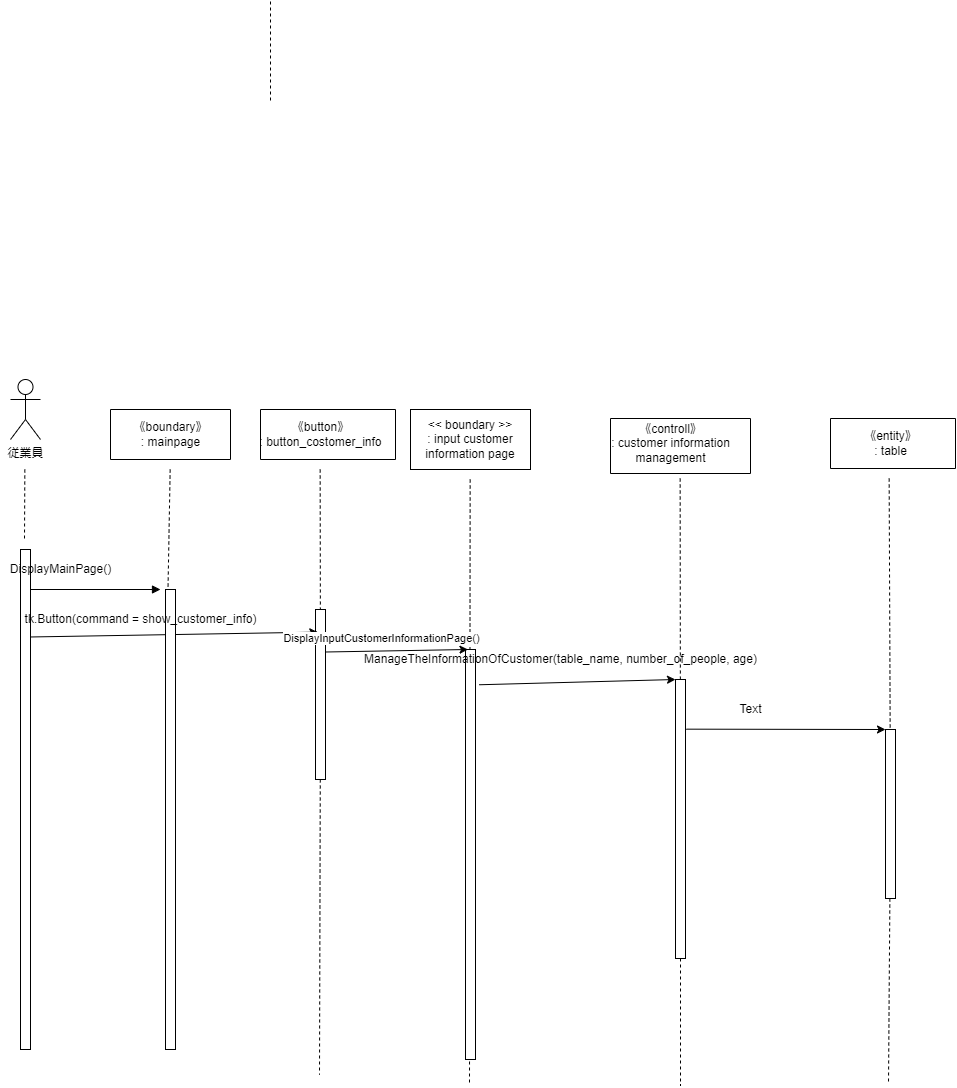
The draw.io diagram psp4/シーケンス図/シーケンス図_新規客.drawio.png in MasakiHiguchi/---, before a commit. Source tidied: cells renumbered, new cells last; positions are measured from the earlier drawing's top-left corner, leaving out a move shared by most shapes.
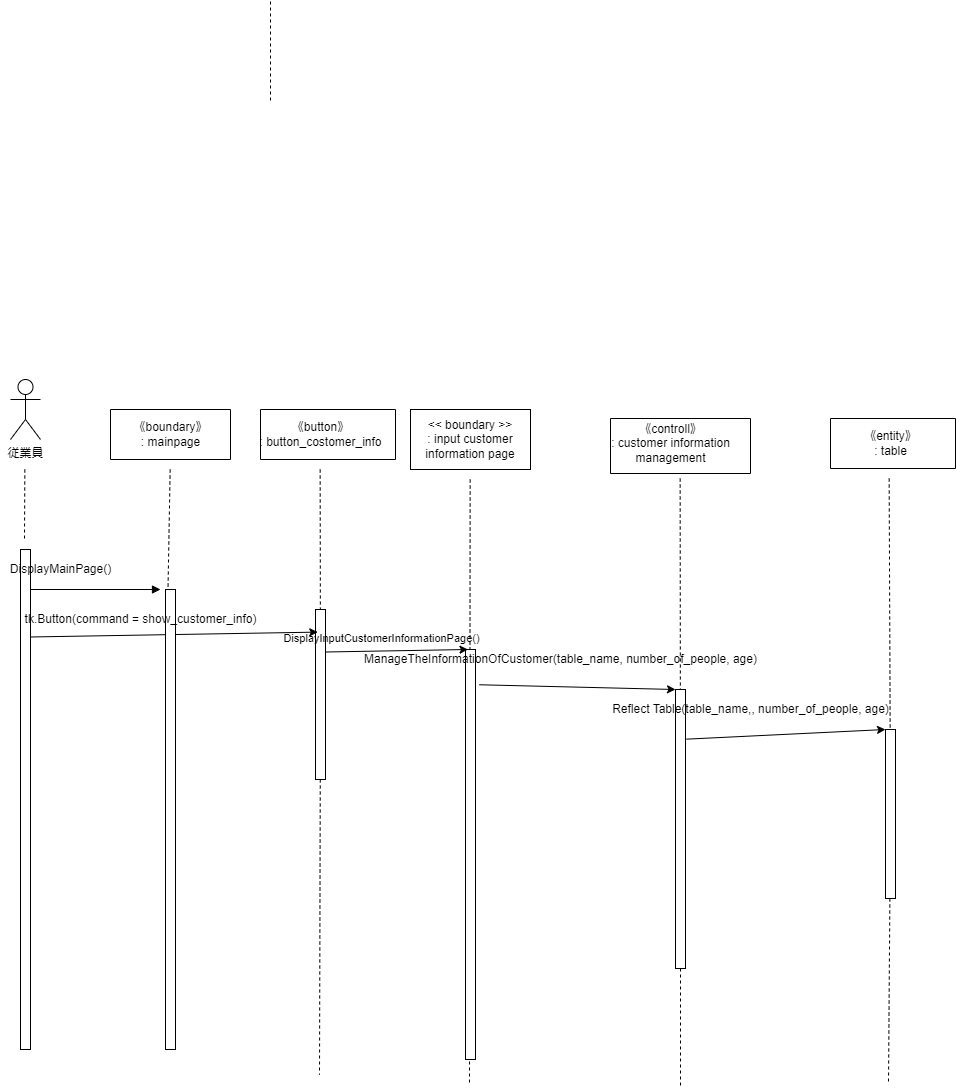
After the change.

Change to the diagram source:
```diff
@@ -102,7 +102,7 @@
     <mxCell id="27" style="edgeStyle=none;html=1;entryX=0.25;entryY=0;entryDx=0;entryDy=0;exitX=1;exitY=0.25;exitDx=0;exitDy=0;" parent="1" edge="1" source="2" target="18">
       <mxGeometry relative="1" as="geometry" />
     </mxCell>
-    <mxCell id="28" value="DisplayInputCustomerInformationPage()" style="edgeLabel;html=1;align=center;verticalAlign=middle;" parent="27" vertex="1">
+    <mxCell id="28" value="DisplayInputCustomerInformationPage()" style="edgeLabel;html=1;align=center;verticalAlign=middle;labelBackgroundColor=none;" parent="27" vertex="1">
       <mxGeometry x="-0.22" y="13" relative="1" as="geometry" />
     </mxCell>
     <mxCell id="29" value="DisplayMainPage()" style="text;html=1;align=center;verticalAlign=middle;strokeColor=none;fillColor=none;" parent="1" vertex="1">
@@ -120,7 +120,7 @@
       <mxGeometry relative="1" as="geometry" />
     </mxCell>
     <mxCell id="33" style="rounded=0;whiteSpace=wrap;html=1;" parent="1" vertex="1">
-      <mxGeometry x="675" y="679" width="10" height="279" as="geometry" />
+      <mxGeometry x="675" y="689" width="10" height="279" as="geometry" />
     </mxCell>
     <mxCell id="34" value="ManageTheInformationOfCustomer(table_name, number_of_people, age)" style="text;html=1;align=center;verticalAlign=middle;strokeColor=none;fillColor=none;" parent="1" vertex="1">
       <mxGeometry x="350" y="644" width="420" height="30" as="geometry" />
@@ -133,8 +133,8 @@
     <mxCell id="36" style="rounded=0;whiteSpace=wrap;html=1;" parent="1" vertex="1">
       <mxGeometry x="885" y="729" width="10" height="169" as="geometry" />
     </mxCell>
-    <mxCell id="37" value="Text" style="text;html=1;align=center;verticalAlign=middle;strokeColor=none;fillColor=none;" parent="1" vertex="1">
-      <mxGeometry x="725" y="694" width="50" height="30" as="geometry" />
+    <mxCell id="37" value="Reflect Table(&lt;span style=&quot;text-align: left;&quot;&gt;table_name,, number_of_people, age)&lt;/span&gt;" style="text;html=1;align=center;verticalAlign=middle;strokeColor=none;fillColor=none;" parent="1" vertex="1">
+      <mxGeometry x="600" y="694" width="300" height="30" as="geometry" />
     </mxCell>
   </root>
 </mxGraphModel>
```
